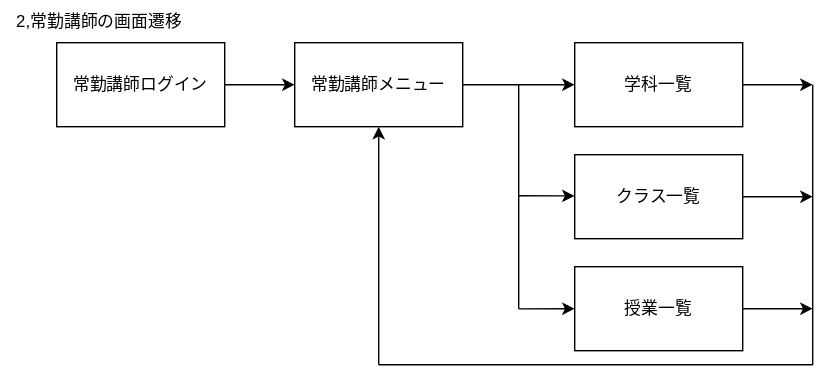
Skypeace8585/uml-introduction keeps this draw.io diagram as teamG4.drawio.svg. Above is the earlier version. Source tidied: cells renumbered, new cells last; positions are measured from the earlier drawing's top-left corner, leaving out a move shared by most shapes.
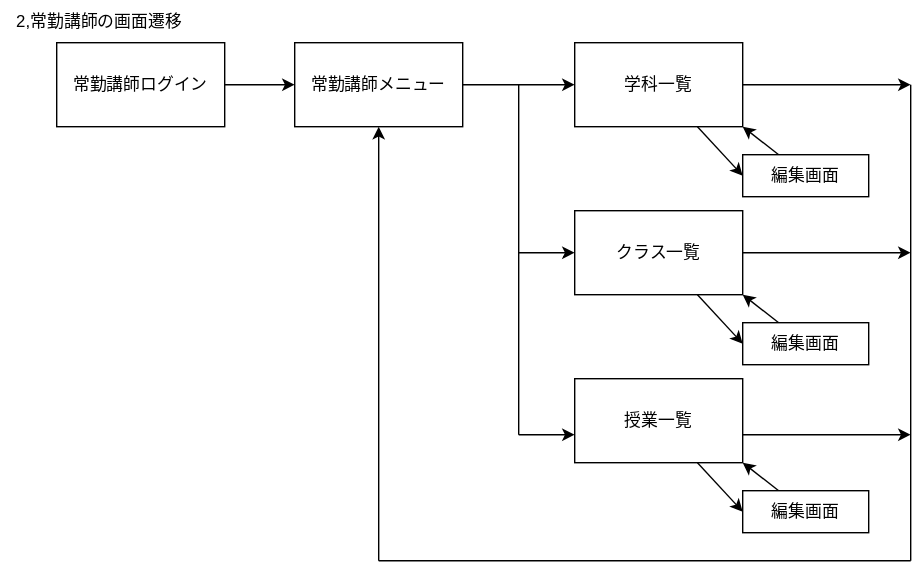
Above is the later version.

What changed in the source:
```diff
@@ -21,61 +21,89 @@
     </mxCell>
     <mxCell id="7" style="edgeStyle=none;html=1;" parent="1" edge="1" source="8">
       <mxGeometry relative="1" as="geometry">
-        <mxPoint x="580" y="60" as="targetPoint" />
+        <mxPoint x="650" y="60" as="targetPoint" />
       </mxGeometry>
     </mxCell>
+    <mxCell id="19" style="edgeStyle=none;html=1;entryX=0;entryY=0.5;entryDx=0;entryDy=0;" parent="1" edge="1" source="8" target="23">
+      <mxGeometry relative="1" as="geometry" />
+    </mxCell>
     <mxCell id="8" value="学科一覧" style="rounded=0;whiteSpace=wrap;html=1;" parent="1" vertex="1">
       <mxGeometry x="410" y="30" width="120" height="60" as="geometry" />
     </mxCell>
-    <mxCell id="9" style="edgeStyle=none;html=1;" parent="1" edge="1" source="10">
+    <mxCell id="9" style="edgeStyle=none;html=1;exitX=1;exitY=0.5;exitDx=0;exitDy=0;" parent="1" edge="1" source="10">
       <mxGeometry relative="1" as="geometry">
-        <mxPoint x="580" y="140" as="targetPoint" />
+        <mxPoint x="650" y="180" as="targetPoint" />
       </mxGeometry>
     </mxCell>
+    <mxCell id="20" style="edgeStyle=none;html=1;entryX=0;entryY=0.5;entryDx=0;entryDy=0;" parent="1" edge="1" source="10" target="25">
+      <mxGeometry relative="1" as="geometry" />
+    </mxCell>
     <mxCell id="10" value="クラス一覧" style="rounded=0;whiteSpace=wrap;html=1;" parent="1" vertex="1">
-      <mxGeometry x="410" y="110" width="120" height="60" as="geometry" />
+      <mxGeometry x="410" y="150" width="120" height="60" as="geometry" />
     </mxCell>
     <mxCell id="11" style="endArrow=none;html=1;" parent="1" edge="1">
       <mxGeometry relative="1" as="geometry">
-        <mxPoint x="370" y="220" as="sourcePoint" />
+        <mxPoint x="370" y="310" as="sourcePoint" />
         <mxPoint x="370" y="60" as="targetPoint" />
       </mxGeometry>
     </mxCell>
-    <mxCell id="12" style="endArrow=classic;html=1;" parent="1" edge="1">
+    <mxCell id="12" style="endArrow=classic;html=1;entryX=0;entryY=0.5;entryDx=0;entryDy=0;" parent="1" edge="1" target="10">
       <mxGeometry relative="1" as="geometry">
-        <mxPoint x="370" y="139.3" as="sourcePoint" />
-        <mxPoint x="410" y="139.5" as="targetPoint" />
+        <mxPoint x="370" y="180" as="sourcePoint" />
       </mxGeometry>
     </mxCell>
-    <mxCell id="13" style="endArrow=classic;html=1;entryX=0;entryY=0.5;entryDx=0;entryDy=0;" parent="1" edge="1" target="15">
+    <mxCell id="13" style="endArrow=classic;html=1;" parent="1" edge="1">
       <mxGeometry relative="1" as="geometry">
-        <mxPoint x="370" y="220.1" as="sourcePoint" />
+        <mxPoint x="370" y="310" as="sourcePoint" />
+        <mxPoint x="410" y="310" as="targetPoint" />
       </mxGeometry>
     </mxCell>
-    <mxCell id="14" style="edgeStyle=none;html=1;" parent="1" edge="1" source="15">
+    <mxCell id="14" style="edgeStyle=none;html=1;" parent="1" edge="1">
       <mxGeometry relative="1" as="geometry">
-        <mxPoint x="580" y="220" as="targetPoint" />
+        <mxPoint x="530" y="310" as="sourcePoint" />
+        <mxPoint x="650" y="310" as="targetPoint" />
       </mxGeometry>
     </mxCell>
+    <mxCell id="21" style="edgeStyle=none;html=1;entryX=0;entryY=0.5;entryDx=0;entryDy=0;" parent="1" edge="1" source="15" target="27">
+      <mxGeometry relative="1" as="geometry" />
+    </mxCell>
     <mxCell id="15" value="授業一覧" style="rounded=0;whiteSpace=wrap;html=1;" parent="1" vertex="1">
-      <mxGeometry x="410" y="190" width="120" height="60" as="geometry" />
+      <mxGeometry x="410" y="270" width="120" height="60" as="geometry" />
     </mxCell>
     <mxCell id="16" style="endArrow=none;html=1;" parent="1" edge="1">
       <mxGeometry relative="1" as="geometry">
-        <mxPoint x="580" y="60" as="sourcePoint" />
-        <mxPoint x="580" y="260" as="targetPoint" />
+        <mxPoint x="650" y="60" as="sourcePoint" />
+        <mxPoint x="650" y="400" as="targetPoint" />
       </mxGeometry>
     </mxCell>
     <mxCell id="17" style="endArrow=none;html=1;" parent="1" edge="1">
       <mxGeometry relative="1" as="geometry">
-        <mxPoint x="270" y="260" as="sourcePoint" />
-        <mxPoint x="580" y="260" as="targetPoint" />
+        <mxPoint x="270" y="400" as="sourcePoint" />
+        <mxPoint x="650" y="400" as="targetPoint" />
       </mxGeometry>
     </mxCell>
     <mxCell id="18" style="endArrow=classic;html=1;entryX=0.5;entryY=1;entryDx=0;entryDy=0;" parent="1" edge="1" target="6">
       <mxGeometry relative="1" as="geometry">
-        <mxPoint x="270" y="260" as="sourcePoint" />
+        <mxPoint x="270" y="400" as="sourcePoint" />
       </mxGeometry>
     </mxCell>
+    <mxCell id="22" style="edgeStyle=none;html=1;entryX=1;entryY=1;entryDx=0;entryDy=0;" parent="1" edge="1" source="23" target="8">
+      <mxGeometry relative="1" as="geometry" />
+    </mxCell>
+    <mxCell id="23" value="編集画面" style="rounded=0;whiteSpace=wrap;html=1;" parent="1" vertex="1">
+      <mxGeometry x="530" y="110" width="90" height="30" as="geometry" />
+    </mxCell>
+    <mxCell id="24" style="edgeStyle=none;html=1;entryX=1;entryY=1;entryDx=0;entryDy=0;" parent="1" edge="1" source="25" target="10">
+      <mxGeometry relative="1" as="geometry" />
+    </mxCell>
+    <mxCell id="25" value="編集画面" style="rounded=0;whiteSpace=wrap;html=1;" parent="1" vertex="1">
+      <mxGeometry x="530" y="230" width="90" height="30" as="geometry" />
+    </mxCell>
+    <mxCell id="26" style="edgeStyle=none;html=1;entryX=1;entryY=1;entryDx=0;entryDy=0;" parent="1" edge="1" source="27" target="15">
+      <mxGeometry relative="1" as="geometry" />
+    </mxCell>
+    <mxCell id="27" value="編集画面" style="rounded=0;whiteSpace=wrap;html=1;" parent="1" vertex="1">
+      <mxGeometry x="530" y="350" width="90" height="30" as="geometry" />
+    </mxCell>
   </root>
 </mxGraphModel>
```
